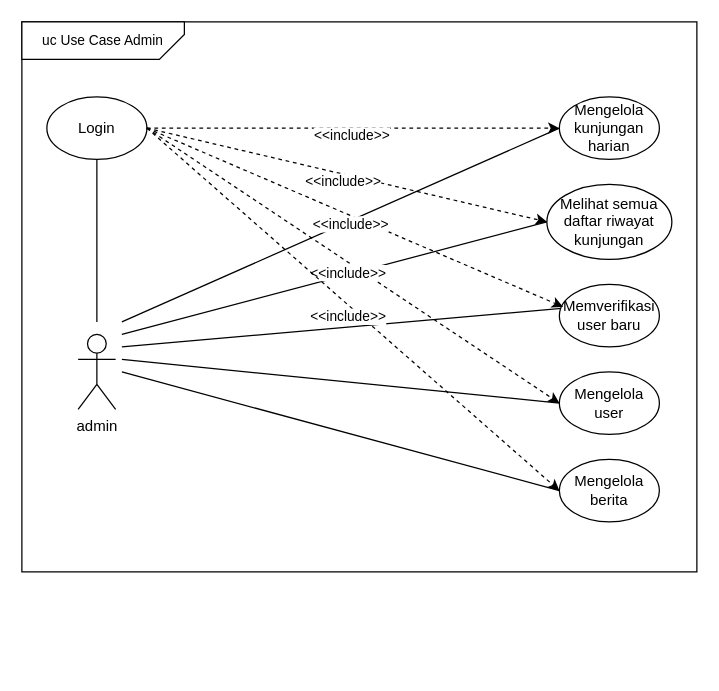
dzreexx/Full-files-skripsi keeps this draw.io diagram as page "Page-1" (1 of 5) of gambar gambar/admin use case diagram.drawio. Above is the earlier version. Source tidied: cells renumbered, new cells numbered last; positions are measured from the earlier drawing's top-left corner, leaving out a move shared by most shapes. Both pictures are drawn from the tidied source at 125%, with x=0, y=0 at pixel (21, 21).
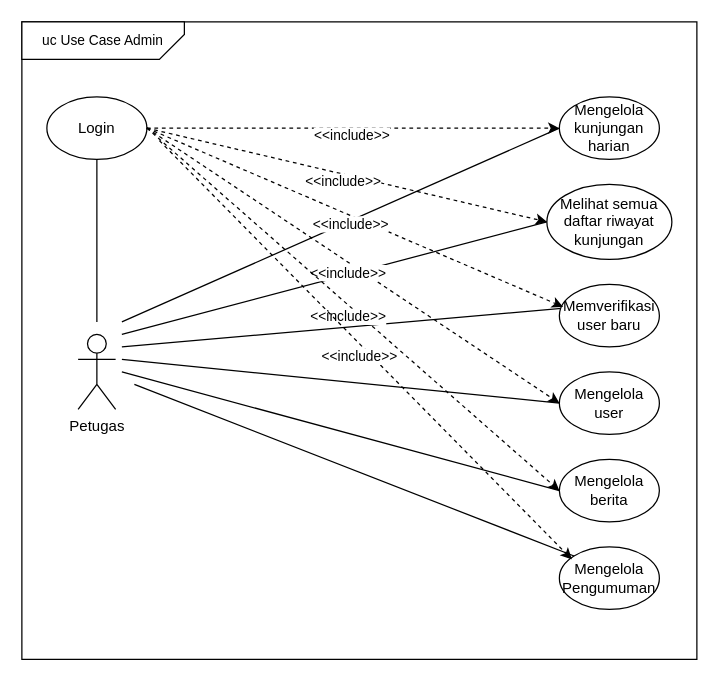
After the change.

Change to the diagram source:
```diff
@@
     <mxCell id="2" style="rounded=0;whiteSpace=wrap;html=1;verticalAlign=middle;fillColor=none;" parent="1" vertex="1">
-      <mxGeometry width="540" height="440" as="geometry" />
+      <mxGeometry width="540" height="510" as="geometry" />
     </mxCell>
-    <mxCell id="3" value="admin" style="shape=umlActor;verticalLabelPosition=bottom;verticalAlign=top;html=1;rounded=1;" parent="1" vertex="1">
+    <mxCell id="3" value="Petugas" style="shape=umlActor;verticalLabelPosition=bottom;verticalAlign=top;html=1;rounded=1;" parent="1" vertex="1">
       <mxGeometry x="45" y="250" width="30" height="60" as="geometry" />
     </mxCell>
@@
+    <mxCell id="28" value="Mengelola Pengumuman" style="ellipse;whiteSpace=wrap;html=1;rounded=1;" parent="1" vertex="1">
+      <mxGeometry x="430" y="420" width="80" height="50" as="geometry" />
+    </mxCell>
+    <mxCell id="29" style="endArrow=none;html=1;rounded=0;entryX=0;entryY=0;entryDx=0;entryDy=0;" parent="1" edge="1" target="28">
+      <mxGeometry relative="1" as="geometry">
+        <mxPoint x="90" y="290" as="sourcePoint" />
+      </mxGeometry>
+    </mxCell>
+    <mxCell id="30" style="endArrow=classic;html=1;rounded=0;exitX=1;exitY=0.5;exitDx=0;exitDy=0;dashed=1;" parent="1" edge="1">
+      <mxGeometry relative="1" as="geometry">
+        <mxPoint x="110" y="95" as="sourcePoint" />
+        <mxPoint x="440" y="430" as="targetPoint" />
+      </mxGeometry>
+    </mxCell>
+    <mxCell id="31" value="&amp;lt;&amp;lt;include&amp;gt;&amp;gt;" style="edgeLabel;html=1;align=center;verticalAlign=middle;" parent="30" vertex="1">
+      <mxGeometry x="0.01" y="-4" relative="1" as="geometry">
+        <mxPoint x="-4" y="1" as="offset" />
+      </mxGeometry>
+    </mxCell>
```
